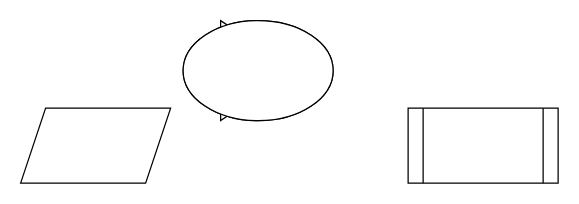
Above: page "Exemplo ELB-3" (3 of 3) of ElasticLoadBalance/ArquiteturaELB.drawio in ferhmdiogo/arquiteturasaws (draw.io), before the change. Source tidied: cells renumbered, new cells numbered last; positions are measured from the earlier drawing's top-left corner, leaving out a move shared by most shapes. Both pictures are drawn from the tidied source at 125%, with x=0, y=0 at pixel (20, 20).
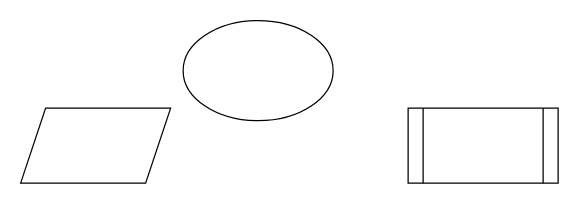
The same diagram, later.

Commit message:
Alteração de Desenho

The edit, as a diff of the source:
```diff
@@
 <mxGraphModel>
   <root>
     <mxCell id="0" />
     <mxCell id="1" parent="0" />
     <mxCell id="2" style="ellipse;whiteSpace=wrap;html=1;" parent="1" vertex="1">
       <mxGeometry x="130" width="120" height="80" as="geometry" />
     </mxCell>
     <mxCell id="3" style="shape=parallelogram;perimeter=parallelogramPerimeter;whiteSpace=wrap;html=1;fixedSize=1;" parent="1" vertex="1">
       <mxGeometry y="70" width="120" height="60" as="geometry" />
     </mxCell>
     <mxCell id="4" style="shape=process;whiteSpace=wrap;html=1;backgroundOutline=1;" parent="1" vertex="1">
       <mxGeometry x="310" y="70" width="120" height="60" as="geometry" />
     </mxCell>
-    <mxCell id="5" style="triangle;whiteSpace=wrap;html=1;" parent="1" vertex="1">
-      <mxGeometry x="160" width="60" height="80" as="geometry" />
-    </mxCell>
-    <mxCell id="6" style="ellipse;whiteSpace=wrap;html=1;" parent="1" vertex="1">
-      <mxGeometry x="130" width="120" height="80" as="geometry" />
-    </mxCell>
   </root>
 </mxGraphModel>
```
